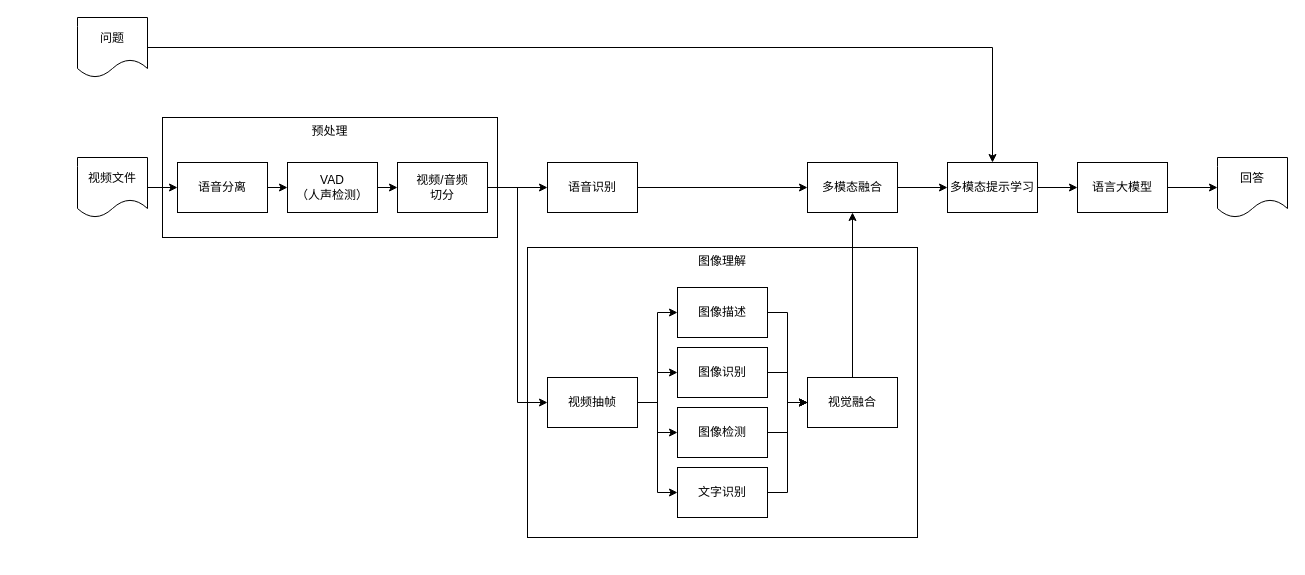
This is 未命名绘图.drawio from Pass-O-Guava/A-drawio, a draw.io file, before an edit. Source tidied: cells renumbered, new cells numbered last; positions are measured from the earlier drawing's top-left corner, leaving out a move shared by most shapes. Both pictures are drawn from the tidied source at 100%, with x=0, y=0 at pixel (77, 17).
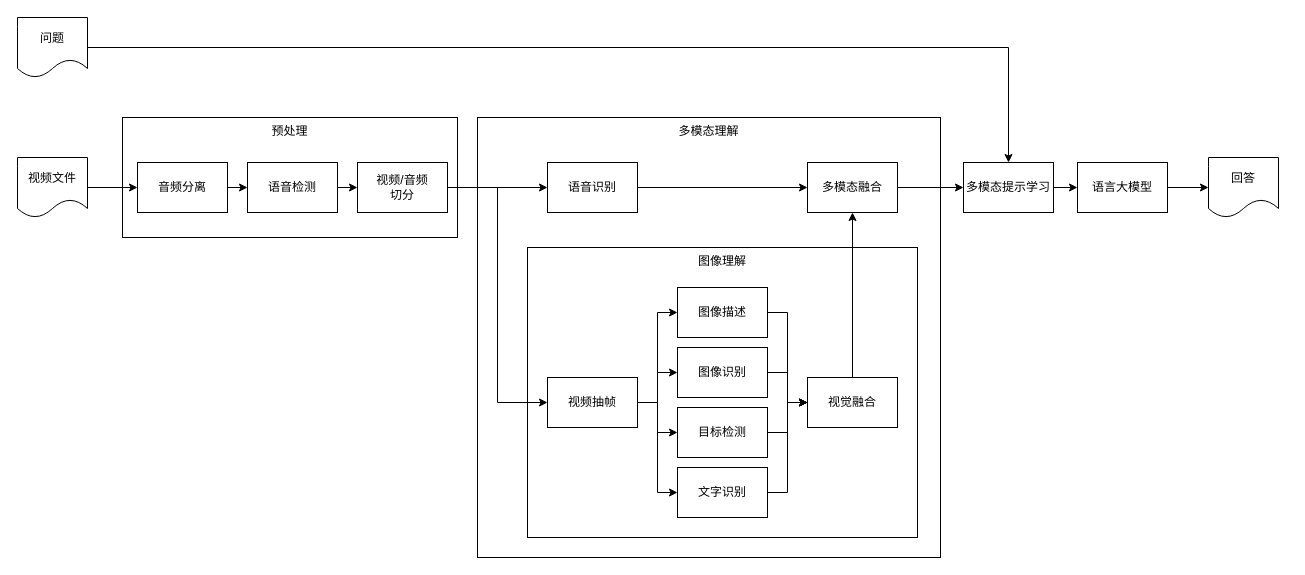
The same page after the edit.

Change to the diagram source:
```diff
@@
+    <mxCell id="39" value="多模态理解" style="rounded=0;whiteSpace=wrap;html=1;verticalAlign=top;" parent="1" vertex="1">
+      <mxGeometry x="400" y="100" width="463" height="440" as="geometry" />
+    </mxCell>
@@
     <mxCell id="3" value="预处理" style="rounded=0;whiteSpace=wrap;html=1;verticalAlign=top;" parent="1" vertex="1">
-      <mxGeometry x="85" y="100" width="335" height="120" as="geometry" />
+      <mxGeometry x="45" y="100" width="335" height="120" as="geometry" />
     </mxCell>
@@
-    <mxCell id="5" value="语音分离" style="rounded=0;whiteSpace=wrap;html=1;" parent="1" vertex="1">
-      <mxGeometry x="100" y="145" width="90" height="50" as="geometry" />
+    <mxCell id="5" value="音频分离" style="rounded=0;whiteSpace=wrap;html=1;" parent="1" vertex="1">
+      <mxGeometry x="60" y="145" width="90" height="50" as="geometry" />
     </mxCell>
@@
     <mxCell id="7" value="视频文件" style="shape=document;whiteSpace=wrap;html=1;boundedLbl=1;" parent="1" vertex="1">
-      <mxGeometry y="140" width="70" height="60" as="geometry" />
+      <mxGeometry x="-60" y="140" width="70" height="60" as="geometry" />
     </mxCell>
@@
-    <mxCell id="9" value="VAD&lt;br&gt;（人声检测）" style="rounded=0;whiteSpace=wrap;html=1;" parent="1" vertex="1">
-      <mxGeometry x="210" y="145" width="90" height="50" as="geometry" />
+    <mxCell id="9" value="语音检测" style="rounded=0;whiteSpace=wrap;html=1;" parent="1" vertex="1">
+      <mxGeometry x="170" y="145" width="90" height="50" as="geometry" />
     </mxCell>
@@
     <mxCell id="12" value="视频/音频&lt;br&gt;切分" style="rounded=0;whiteSpace=wrap;html=1;" parent="1" vertex="1">
-      <mxGeometry x="320" y="145" width="90" height="50" as="geometry" />
+      <mxGeometry x="280" y="145" width="90" height="50" as="geometry" />
     </mxCell>
@@
-    <mxCell id="25" value="图像检测" style="rounded=0;whiteSpace=wrap;html=1;" parent="1" vertex="1">
+    <mxCell id="25" value="目标检测" style="rounded=0;whiteSpace=wrap;html=1;" parent="1" vertex="1">
       <mxGeometry x="600" y="390" width="90" height="50" as="geometry" />
     </mxCell>
@@
     <mxCell id="33" value="多模态提示学习" style="rounded=0;whiteSpace=wrap;html=1;" parent="1" vertex="1">
-      <mxGeometry x="870" y="145" width="90" height="50" as="geometry" />
+      <mxGeometry x="886" y="145" width="90" height="50" as="geometry" />
     </mxCell>
@@
     <mxCell id="37" value="问题" style="shape=document;whiteSpace=wrap;html=1;boundedLbl=1;" parent="1" vertex="1">
-      <mxGeometry width="70" height="60" as="geometry" />
+      <mxGeometry x="-60" width="70" height="60" as="geometry" />
     </mxCell>
     <mxCell id="38" value="回答" style="shape=document;whiteSpace=wrap;html=1;boundedLbl=1;" parent="1" vertex="1">
-      <mxGeometry x="1140" y="140" width="70" height="60" as="geometry" />
+      <mxGeometry x="1131" y="140" width="70" height="60" as="geometry" />
     </mxCell>
```
